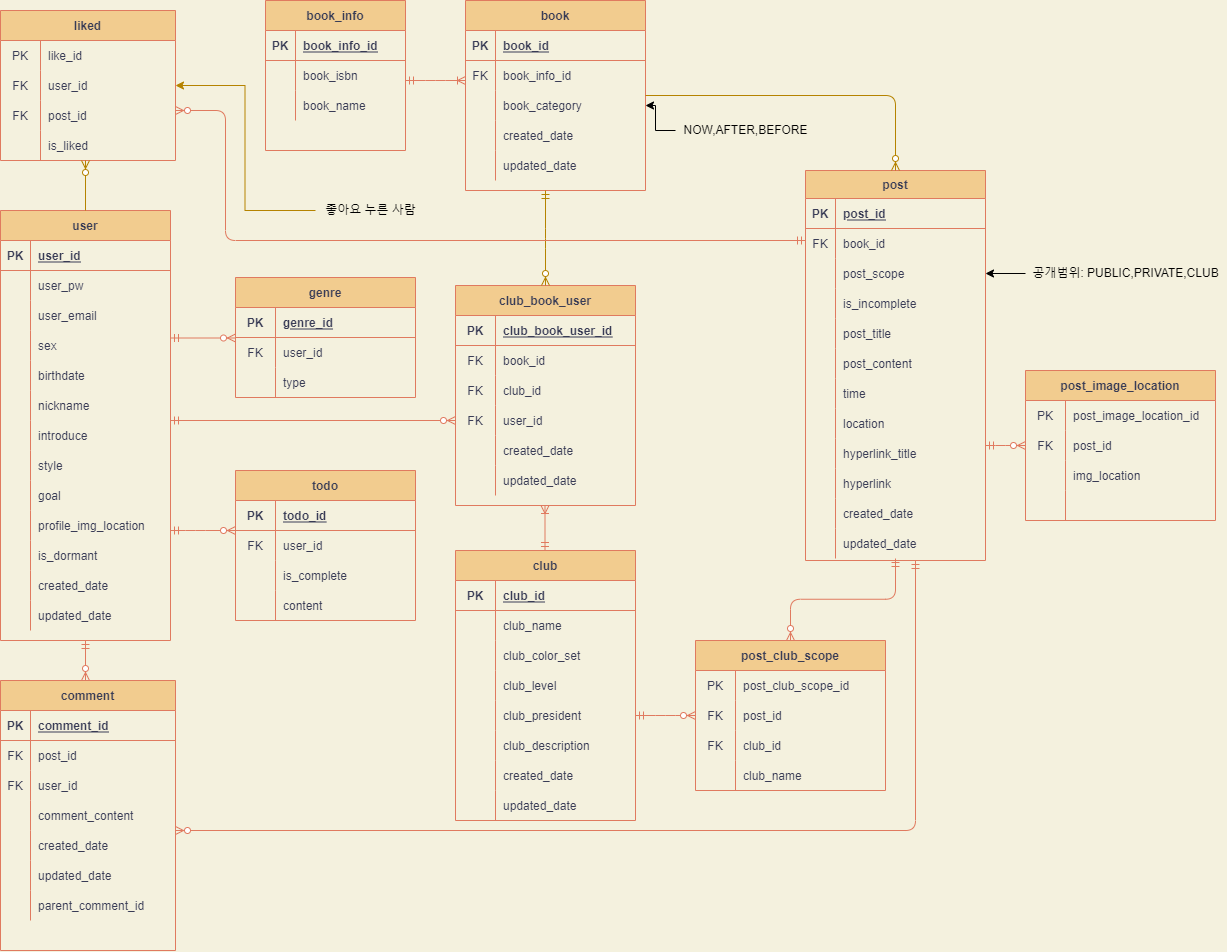
Before: mangpoERD.png, a diagram exported from draw.io (CYC0227/mangpo-ERD). Source tidied: cells renumbered, new cells last; positions are measured from the earlier drawing's top-left corner, leaving out a move shared by most shapes.
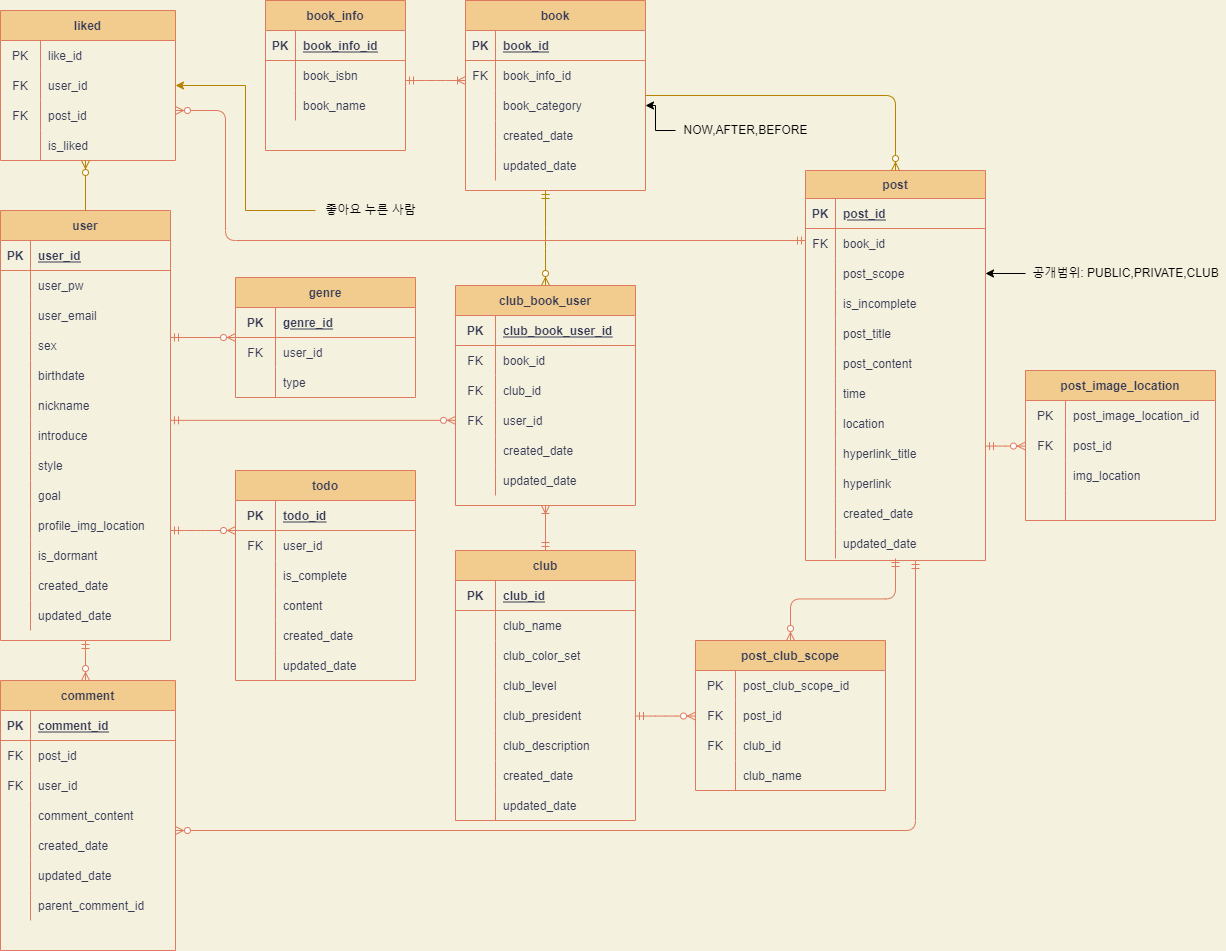
Above is the later version.

What changed in the source:
```diff
@@ -724,7 +724,7 @@
       <mxGeometry relative="1" as="geometry" />
     </mxCell>
     <mxCell id="228" value="todo" style="shape=table;startSize=30;rowLines=0;fontStyle=1;align=center;fillColor=#F2CC8F;strokeColor=#E07A5F;fontColor=#393C56;" parent="1" vertex="1">
-      <mxGeometry x="235" y="470" width="180" height="150" as="geometry" />
+      <mxGeometry x="235" y="470" width="180" height="210" as="geometry" />
     </mxCell>
     <mxCell id="229" style="shape=partialRectangle;fillColor=none;top=0;left=0;bottom=1;right=0;strokeColor=#E07A5F;fontColor=#393C56;" parent="228" vertex="1">
       <mxGeometry y="30" width="180" height="30" as="geometry" />
@@ -762,6 +762,24 @@
     <mxCell id="240" value="content" style="shape=partialRectangle;fillColor=none;top=0;left=0;bottom=0;right=0;align=left;spacingLeft=6;overflow=hidden;strokeColor=#E07A5F;fontColor=#393C56;" parent="238" vertex="1">
       <mxGeometry x="40" width="140" height="30" as="geometry" />
     </mxCell>
+    <mxCell id="253" style="shape=partialRectangle;fillColor=none;top=0;left=0;bottom=0;right=0;strokeColor=#E07A5F;fontColor=#393C56;" parent="228" vertex="1">
+      <mxGeometry y="150" width="180" height="30" as="geometry" />
+    </mxCell>
+    <mxCell id="254" style="shape=partialRectangle;fillColor=none;top=0;left=0;bottom=0;right=0;overflow=hidden;strokeColor=#E07A5F;fontColor=#393C56;" parent="253" vertex="1">
+      <mxGeometry width="40" height="30" as="geometry" />
+    </mxCell>
+    <mxCell id="255" value="created_date" style="shape=partialRectangle;fillColor=none;top=0;left=0;bottom=0;right=0;align=left;spacingLeft=6;overflow=hidden;strokeColor=#E07A5F;fontColor=#393C56;fontStyle=0;" parent="253" vertex="1">
+      <mxGeometry x="40" width="140" height="30" as="geometry" />
+    </mxCell>
+    <mxCell id="256" style="shape=partialRectangle;fillColor=none;top=0;left=0;bottom=0;right=0;strokeColor=#E07A5F;fontColor=#393C56;" parent="228" vertex="1">
+      <mxGeometry y="180" width="180" height="30" as="geometry" />
+    </mxCell>
+    <mxCell id="257" style="shape=partialRectangle;fillColor=none;top=0;left=0;bottom=0;right=0;overflow=hidden;strokeColor=#E07A5F;fontColor=#393C56;" parent="256" vertex="1">
+      <mxGeometry width="40" height="30" as="geometry" />
+    </mxCell>
+    <mxCell id="258" value="updated_date" style="shape=partialRectangle;fillColor=none;top=0;left=0;bottom=0;right=0;align=left;spacingLeft=6;overflow=hidden;strokeColor=#E07A5F;fontColor=#393C56;fontStyle=0;" parent="256" vertex="1">
+      <mxGeometry x="40" width="140" height="30" as="geometry" />
+    </mxCell>
     <mxCell id="241" style="edgeStyle=elbowEdgeStyle;fontSize=12;html=1;endArrow=ERzeroToMany;startArrow=ERmandOne;strokeColor=#E07A5F;fontColor=#393C56;labelBackgroundColor=#F4F1DE;elbow=vertical;" parent="1" edge="1" source="30" target="228">
       <mxGeometry relative="1" as="geometry">
         <Array as="points">
```
